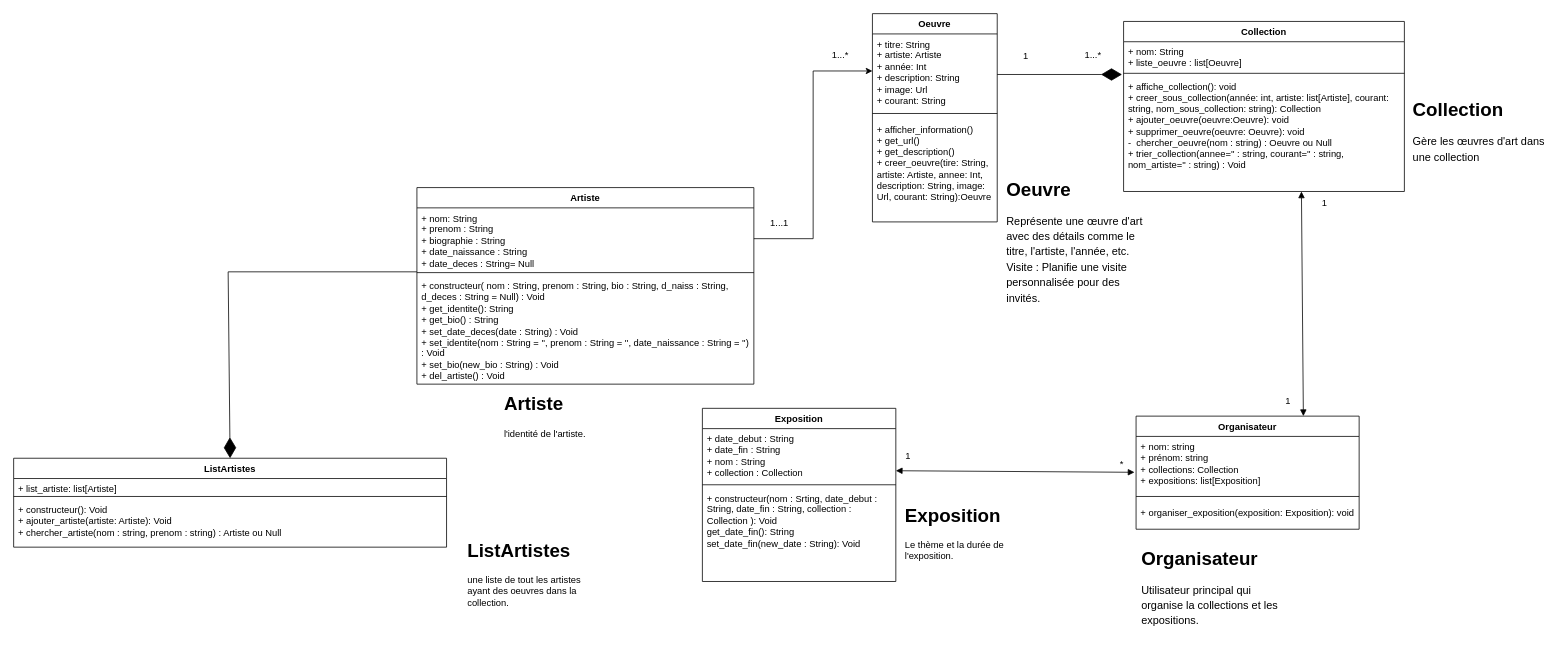
Earlier version of the draw.io diagram artefile_uml.drawio (akbarNz/projet_dev_ba2). Source tidied: cells renumbered, new cells numbered last; positions are measured from the earlier drawing's top-left corner, leaving out a move shared by most shapes. Both pictures are drawn from the tidied source at 78%, with x=0, y=0 at pixel (13, 13).
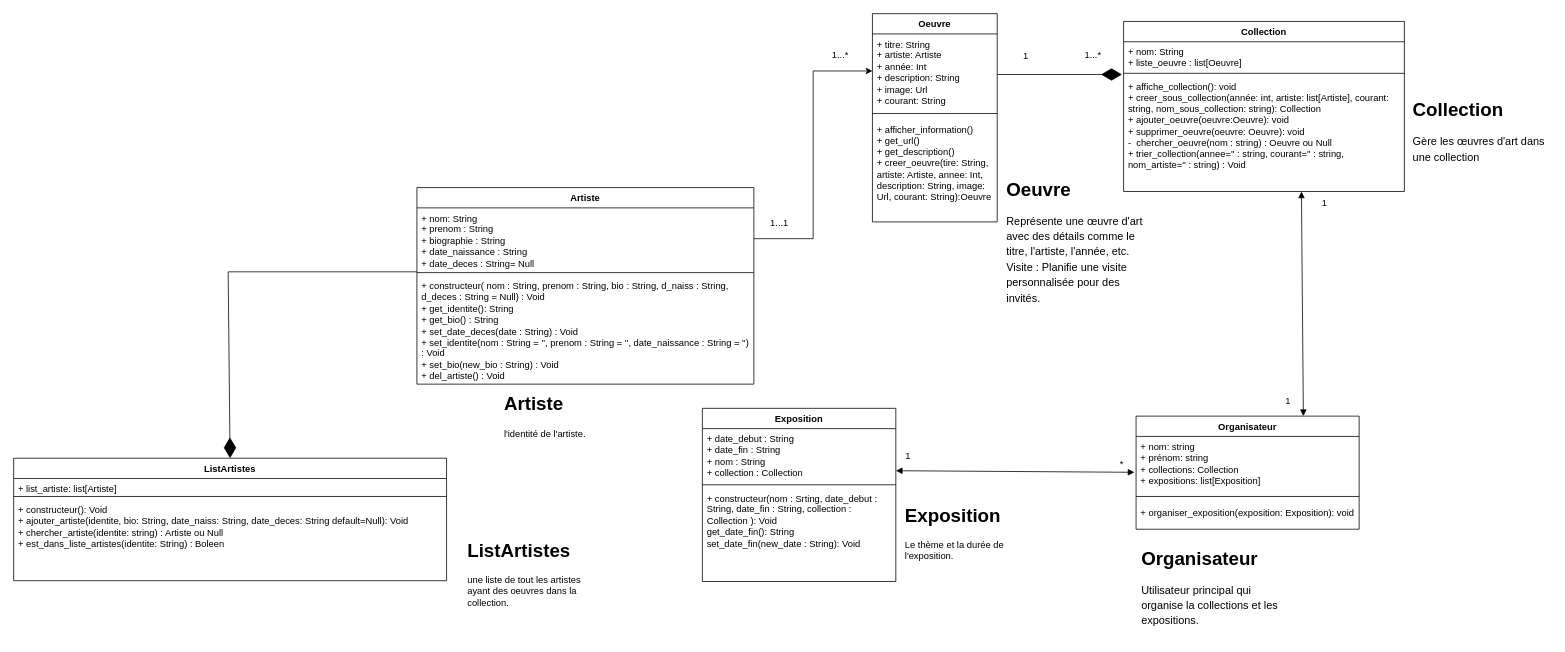
The same page after the edit.

Change to the diagram source:
```diff
@@
     <mxCell id="39" value="ListArtistes" style="swimlane;fontStyle=1;align=center;verticalAlign=top;horizontal=1;startSize=26;whiteSpace=wrap;html=1;" parent="1" vertex="1">
-      <mxGeometry y="570" width="555" height="114" as="geometry" />
+      <mxGeometry y="570" width="555" height="157" as="geometry" />
     </mxCell>
@@
-    <mxCell id="42" value="&lt;div&gt;+ constructeur(): Void&lt;/div&gt;&lt;div&gt;+ ajouter_artiste(artiste: Artiste): Void&lt;/div&gt;&lt;div&gt;+ chercher_artiste(nom : string, prenom : string) : Artiste ou Null&lt;/div&gt;&lt;div&gt;&lt;br&gt;&lt;/div&gt;" style="text;strokeColor=none;fillColor=none;align=left;verticalAlign=top;spacingLeft=4;spacingRight=4;overflow=hidden;whiteSpace=wrap;html=1;" parent="39" vertex="1">
-      <mxGeometry y="53" width="555" height="61" as="geometry" />
+    <mxCell id="42" value="&lt;div&gt;+ constructeur(): Void&lt;/div&gt;&lt;div&gt;+ ajouter_artiste(identite, bio: String, date_naiss: String, date_deces: String default=Null): Void&lt;/div&gt;&lt;div&gt;+ chercher_artiste(identite: string) : Artiste ou Null&lt;/div&gt;&lt;div&gt;+ est_dans_liste_artistes(identite: String) : Boleen&lt;br&gt;&lt;/div&gt;" style="text;strokeColor=none;fillColor=none;align=left;verticalAlign=top;spacingLeft=4;spacingRight=4;overflow=hidden;whiteSpace=wrap;html=1;" parent="39" vertex="1">
+      <mxGeometry y="53" width="555" height="104" as="geometry" />
     </mxCell>
```
